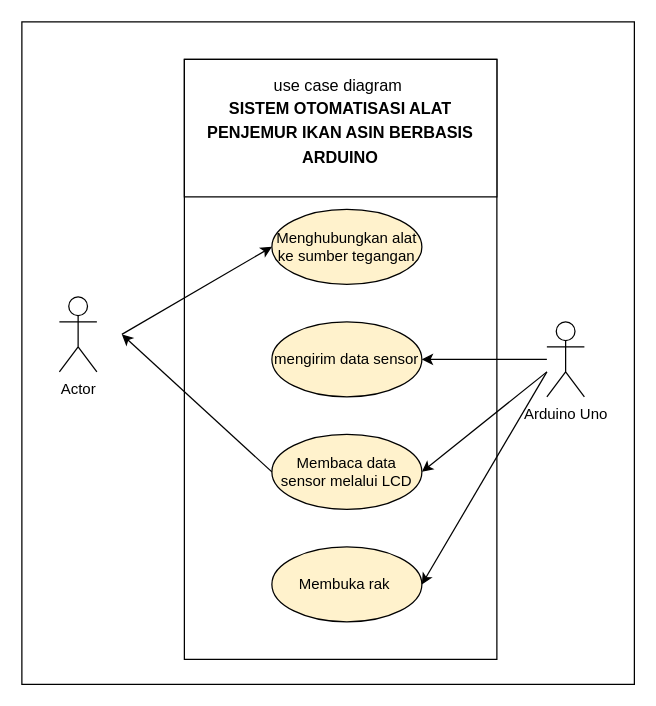
Earlier version of the draw.io diagram use.drawio (nalendro16/Vuejs101). Source tidied: cells renumbered, new cells numbered last; positions are measured from the earlier drawing's top-left corner, leaving out a move shared by most shapes. Both pictures are drawn from the tidied source at 125%, with x=0, y=0 at pixel (21, 21).
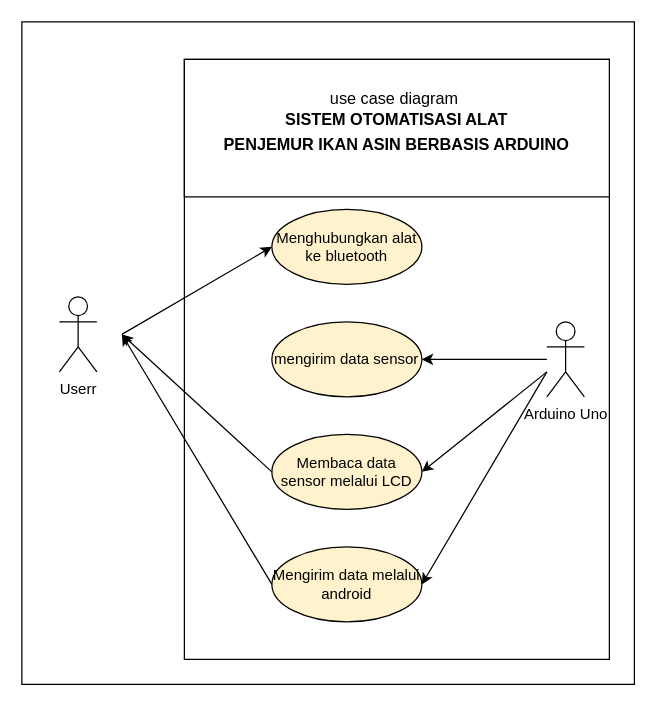
After the change.

The edit, as a diff of the source:
```diff
@@
     <mxCell id="3" style="rounded=0;whiteSpace=wrap;html=1;strokeColor=#000000;" parent="1" vertex="1">
-      <mxGeometry x="130" y="30" width="250" height="480" as="geometry" />
+      <mxGeometry x="130" y="30" width="340" height="480" as="geometry" />
     </mxCell>
-    <mxCell id="4" value="Menghubungkan alat ke sumber tegangan" style="ellipse;whiteSpace=wrap;html=1;fillColor=#fff2cc;" parent="1" vertex="1">
+    <mxCell id="4" value="Menghubungkan alat ke bluetooth" style="ellipse;whiteSpace=wrap;html=1;fillColor=#fff2cc;" parent="1" vertex="1">
       <mxGeometry x="200" y="150" width="120" height="60" as="geometry" />
     </mxCell>
@@
-    <mxCell id="7" value="Actor" style="shape=umlActor;verticalLabelPosition=bottom;verticalAlign=top;html=1;strokeColor=#000000;" parent="1" vertex="1">
+    <mxCell id="7" value="Userr" style="shape=umlActor;verticalLabelPosition=bottom;verticalAlign=top;html=1;strokeColor=#000000;" parent="1" vertex="1">
       <mxGeometry x="30" y="220" width="30" height="60" as="geometry" />
     </mxCell>
@@
     <mxCell id="12" value="&lt;font style=&quot;font-size: 13px&quot;&gt;use case diagram&amp;nbsp;&lt;/font&gt;&lt;h1 align=&quot;center&quot; style=&quot;margin-top: 0cm ; line-height: 150% ; font-size: 13px&quot;&gt;&lt;span style=&quot;line-height: 150%&quot;&gt;&lt;font style=&quot;font-size: 13px&quot;&gt;SISTEM OTOMATISASI ALAT&lt;br&gt;PENJEMUR IKAN ASIN BERBASIS ARDUINO&lt;/font&gt;&lt;/span&gt;&lt;/h1&gt;" style="rounded=0;whiteSpace=wrap;html=1;strokeColor=#000000;" parent="1" vertex="1">
-      <mxGeometry x="130" y="30" width="250" height="110" as="geometry" />
+      <mxGeometry x="130" y="30" width="340" height="110" as="geometry" />
     </mxCell>
@@
-    <mxCell id="14" value="Membuka rak&amp;nbsp;" style="ellipse;whiteSpace=wrap;html=1;fillColor=#fff2cc;" parent="1" vertex="1">
+    <mxCell id="14" value="Mengirim data melalui android" style="ellipse;whiteSpace=wrap;html=1;fillColor=#fff2cc;" parent="1" vertex="1">
       <mxGeometry x="200" y="420" width="120" height="60" as="geometry" />
     </mxCell>
@@
+    <mxCell id="16" style="endArrow=classic;html=1;exitX=0;exitY=0.5;exitDx=0;exitDy=0;" parent="1" edge="1" source="14">
+      <mxGeometry relative="1" as="geometry">
+        <mxPoint x="80" y="250" as="targetPoint" />
+      </mxGeometry>
+    </mxCell>
```
